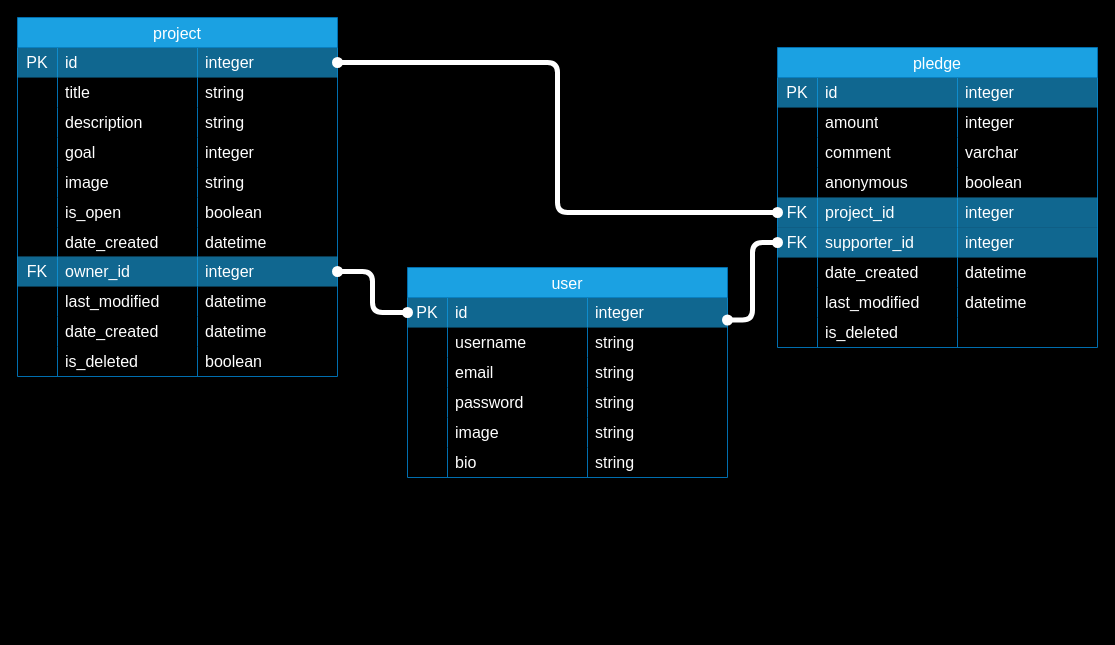
Earlier version of the draw.io diagram images/DatabaseSchema_updates.drawio (rosiemaguire/Django-crowd-funding-project). Source tidied: cells renumbered, new cells numbered last; positions are measured from the earlier drawing's top-left corner, leaving out a move shared by most shapes. Both pictures are drawn from the tidied source at 100%, with x=0, y=0 at pixel (17, 17).
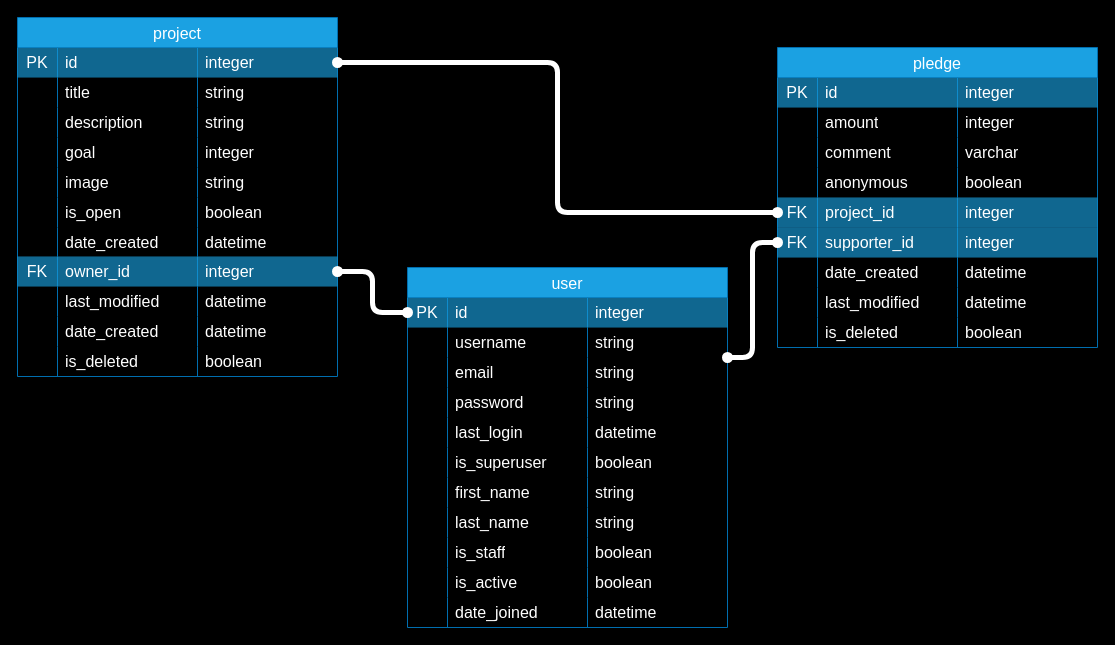
The same page after the edit.

Commit message (it also covers changes not shown here):
I must have missed updating the user database schema diagram

Unchanged cells that the change refers to:
```xml
<mxCell id="80" style="shape=tableRow;horizontal=0;startSize=0;swimlaneHead=0;swimlaneBody=0;top=0;left=0;bottom=0;right=0;fillColor=none;strokeColor=inherit;fontSize=16;" parent="47" vertex="1">
  <mxGeometry y="270" width="320" height="30" as="geometry" />
</mxCell>
<mxCell id="101" style="shape=tableRow;horizontal=0;startSize=0;swimlaneHead=0;swimlaneBody=0;top=0;left=0;bottom=0;right=0;fillColor=none;strokeColor=inherit;fontSize=16;" parent="84" vertex="1">
  <mxGeometry y="150" width="320" height="30" as="geometry" />
</mxCell>
<mxCell id="105" style="shape=tableRow;horizontal=0;startSize=0;swimlaneHead=0;swimlaneBody=0;top=0;left=0;bottom=0;right=0;fillColor=none;strokeColor=inherit;fontSize=16;" parent="84" vertex="1">
  <mxGeometry y="180" width="320" height="30" as="geometry" />
</mxCell>
```

The edit, as a diff of the source:
```diff
@@
-    <mxCell id="83" style="shape=partialRectangle;html=1;whiteSpace=wrap;fillColor=none;top=0;left=0;bottom=0;right=0;align=left;spacingLeft=6;overflow=hidden;strokeColor=#001DBC;fontSize=16;fontColor=#FFFFFF;opacity=40;" parent="80" vertex="1">
+    <mxCell id="83" value="boolean" style="shape=partialRectangle;html=1;whiteSpace=wrap;fillColor=none;top=0;left=0;bottom=0;right=0;align=left;spacingLeft=6;overflow=hidden;strokeColor=#001DBC;fontSize=16;fontColor=#FFFFFF;opacity=40;" parent="80" vertex="1">
       <mxGeometry x="180" width="140" height="30" as="geometry" />
     </mxCell>
     <mxCell id="84" value="user" style="shape=table;startSize=30;childLayout=tableLayout;rowLines=0;fontStyle=0;strokeColor=#006EAF;fontSize=16;fillColor=#1ba1e2;fontColor=#ffffff;" parent="1" vertex="1">
-      <mxGeometry x="390" y="250" width="320" height="210" as="geometry" />
+      <mxGeometry x="390" y="250" width="320" height="360" as="geometry" />
     </mxCell>
@@
-    <mxCell id="103" value="image" style="shape=partialRectangle;html=1;whiteSpace=wrap;fillColor=none;top=0;left=0;bottom=0;right=0;align=left;spacingLeft=6;overflow=hidden;strokeColor=inherit;fontSize=16;fontColor=#FFFFFF;" parent="101" vertex="1">
+    <mxCell id="103" value="last_login" style="shape=partialRectangle;html=1;whiteSpace=wrap;fillColor=none;top=0;left=0;bottom=0;right=0;align=left;spacingLeft=6;overflow=hidden;strokeColor=inherit;fontSize=16;fontColor=#FFFFFF;" parent="101" vertex="1">
       <mxGeometry x="40" width="140" height="30" as="geometry" />
     </mxCell>
-    <mxCell id="104" value="string" style="shape=partialRectangle;html=1;whiteSpace=wrap;fillColor=none;top=0;left=0;bottom=0;right=0;align=left;spacingLeft=6;overflow=hidden;strokeColor=inherit;fontSize=16;fontColor=#FFFFFF;" parent="101" vertex="1">
+    <mxCell id="104" value="datetime" style="shape=partialRectangle;html=1;whiteSpace=wrap;fillColor=none;top=0;left=0;bottom=0;right=0;align=left;spacingLeft=6;overflow=hidden;strokeColor=inherit;fontSize=16;fontColor=#FFFFFF;" parent="101" vertex="1">
       <mxGeometry x="180" width="140" height="30" as="geometry" />
     </mxCell>
@@
-    <mxCell id="107" value="bio" style="shape=partialRectangle;html=1;whiteSpace=wrap;fillColor=none;top=0;left=0;bottom=0;right=0;align=left;spacingLeft=6;overflow=hidden;strokeColor=inherit;fontSize=16;fontColor=#FFFFFF;" parent="105" vertex="1">
+    <mxCell id="107" value="is_superuser" style="shape=partialRectangle;html=1;whiteSpace=wrap;fillColor=none;top=0;left=0;bottom=0;right=0;align=left;spacingLeft=6;overflow=hidden;strokeColor=inherit;fontSize=16;fontColor=#FFFFFF;" parent="105" vertex="1">
       <mxGeometry x="40" width="140" height="30" as="geometry" />
     </mxCell>
-    <mxCell id="108" value="string" style="shape=partialRectangle;html=1;whiteSpace=wrap;fillColor=none;top=0;left=0;bottom=0;right=0;align=left;spacingLeft=6;overflow=hidden;strokeColor=inherit;fontSize=16;fontColor=#FFFFFF;" parent="105" vertex="1">
+    <mxCell id="108" value="boolean" style="shape=partialRectangle;html=1;whiteSpace=wrap;fillColor=none;top=0;left=0;bottom=0;right=0;align=left;spacingLeft=6;overflow=hidden;strokeColor=inherit;fontSize=16;fontColor=#FFFFFF;" parent="105" vertex="1">
       <mxGeometry x="180" width="140" height="30" as="geometry" />
     </mxCell>
+    <mxCell id="112" style="shape=tableRow;horizontal=0;startSize=0;swimlaneHead=0;swimlaneBody=0;top=0;left=0;bottom=0;right=0;fillColor=none;strokeColor=inherit;fontSize=16;" parent="84" vertex="1">
+      <mxGeometry y="210" width="320" height="30" as="geometry" />
+    </mxCell>
+    <mxCell id="113" style="shape=partialRectangle;html=1;whiteSpace=wrap;fillColor=none;top=0;left=0;bottom=0;right=0;overflow=hidden;strokeColor=inherit;fontSize=16;fontColor=#FFFFFF;" parent="112" vertex="1">
+      <mxGeometry width="40" height="30" as="geometry" />
+    </mxCell>
+    <mxCell id="114" value="first_name" style="shape=partialRectangle;html=1;whiteSpace=wrap;fillColor=none;top=0;left=0;bottom=0;right=0;align=left;spacingLeft=6;overflow=hidden;strokeColor=inherit;fontSize=16;fontColor=#FFFFFF;" parent="112" vertex="1">
+      <mxGeometry x="40" width="140" height="30" as="geometry" />
+    </mxCell>
+    <mxCell id="115" value="string" style="shape=partialRectangle;html=1;whiteSpace=wrap;fillColor=none;top=0;left=0;bottom=0;right=0;align=left;spacingLeft=6;overflow=hidden;strokeColor=inherit;fontSize=16;fontColor=#FFFFFF;" parent="112" vertex="1">
+      <mxGeometry x="180" width="140" height="30" as="geometry" />
+    </mxCell>
+    <mxCell id="116" style="shape=tableRow;horizontal=0;startSize=0;swimlaneHead=0;swimlaneBody=0;top=0;left=0;bottom=0;right=0;fillColor=none;strokeColor=inherit;fontSize=16;" parent="84" vertex="1">
+      <mxGeometry y="240" width="320" height="30" as="geometry" />
+    </mxCell>
+    <mxCell id="117" style="shape=partialRectangle;html=1;whiteSpace=wrap;fillColor=none;top=0;left=0;bottom=0;right=0;overflow=hidden;strokeColor=inherit;fontSize=16;fontColor=#FFFFFF;" parent="116" vertex="1">
+      <mxGeometry width="40" height="30" as="geometry" />
+    </mxCell>
+    <mxCell id="118" value="last_name&lt;span style=&quot;white-space: pre;&quot;&gt;&#9;&lt;/span&gt;" style="shape=partialRectangle;html=1;whiteSpace=wrap;fillColor=none;top=0;left=0;bottom=0;right=0;align=left;spacingLeft=6;overflow=hidden;strokeColor=inherit;fontSize=16;fontColor=#FFFFFF;" parent="116" vertex="1">
+      <mxGeometry x="40" width="140" height="30" as="geometry" />
+    </mxCell>
+    <mxCell id="119" value="string" style="shape=partialRectangle;html=1;whiteSpace=wrap;fillColor=none;top=0;left=0;bottom=0;right=0;align=left;spacingLeft=6;overflow=hidden;strokeColor=inherit;fontSize=16;fontColor=#FFFFFF;" parent="116" vertex="1">
+      <mxGeometry x="180" width="140" height="30" as="geometry" />
+    </mxCell>
+    <mxCell id="120" style="shape=tableRow;horizontal=0;startSize=0;swimlaneHead=0;swimlaneBody=0;top=0;left=0;bottom=0;right=0;fillColor=none;strokeColor=inherit;fontSize=16;" parent="84" vertex="1">
+      <mxGeometry y="270" width="320" height="30" as="geometry" />
+    </mxCell>
+    <mxCell id="121" style="shape=partialRectangle;html=1;whiteSpace=wrap;fillColor=none;top=0;left=0;bottom=0;right=0;overflow=hidden;strokeColor=inherit;fontSize=16;fontColor=#FFFFFF;" parent="120" vertex="1">
+      <mxGeometry width="40" height="30" as="geometry" />
+    </mxCell>
+    <mxCell id="122" value="is_staff" style="shape=partialRectangle;html=1;whiteSpace=wrap;fillColor=none;top=0;left=0;bottom=0;right=0;align=left;spacingLeft=6;overflow=hidden;strokeColor=inherit;fontSize=16;fontColor=#FFFFFF;" parent="120" vertex="1">
+      <mxGeometry x="40" width="140" height="30" as="geometry" />
+    </mxCell>
+    <mxCell id="123" value="boolean" style="shape=partialRectangle;html=1;whiteSpace=wrap;fillColor=none;top=0;left=0;bottom=0;right=0;align=left;spacingLeft=6;overflow=hidden;strokeColor=inherit;fontSize=16;fontColor=#FFFFFF;" parent="120" vertex="1">
+      <mxGeometry x="180" width="140" height="30" as="geometry" />
+    </mxCell>
+    <mxCell id="124" style="shape=tableRow;horizontal=0;startSize=0;swimlaneHead=0;swimlaneBody=0;top=0;left=0;bottom=0;right=0;fillColor=none;strokeColor=inherit;fontSize=16;" parent="84" vertex="1">
+      <mxGeometry y="300" width="320" height="30" as="geometry" />
+    </mxCell>
+    <mxCell id="125" style="shape=partialRectangle;html=1;whiteSpace=wrap;fillColor=none;top=0;left=0;bottom=0;right=0;overflow=hidden;strokeColor=inherit;fontSize=16;fontColor=#FFFFFF;" parent="124" vertex="1">
+      <mxGeometry width="40" height="30" as="geometry" />
+    </mxCell>
+    <mxCell id="126" value="is_active" style="shape=partialRectangle;html=1;whiteSpace=wrap;fillColor=none;top=0;left=0;bottom=0;right=0;align=left;spacingLeft=6;overflow=hidden;strokeColor=inherit;fontSize=16;fontColor=#FFFFFF;" parent="124" vertex="1">
+      <mxGeometry x="40" width="140" height="30" as="geometry" />
+    </mxCell>
+    <mxCell id="127" value="boolean" style="shape=partialRectangle;html=1;whiteSpace=wrap;fillColor=none;top=0;left=0;bottom=0;right=0;align=left;spacingLeft=6;overflow=hidden;strokeColor=inherit;fontSize=16;fontColor=#FFFFFF;" parent="124" vertex="1">
+      <mxGeometry x="180" width="140" height="30" as="geometry" />
+    </mxCell>
+    <mxCell id="128" style="shape=tableRow;horizontal=0;startSize=0;swimlaneHead=0;swimlaneBody=0;top=0;left=0;bottom=0;right=0;fillColor=none;strokeColor=inherit;fontSize=16;" parent="84" vertex="1">
+      <mxGeometry y="330" width="320" height="30" as="geometry" />
+    </mxCell>
+    <mxCell id="129" style="shape=partialRectangle;html=1;whiteSpace=wrap;fillColor=none;top=0;left=0;bottom=0;right=0;overflow=hidden;strokeColor=inherit;fontSize=16;fontColor=#FFFFFF;" parent="128" vertex="1">
+      <mxGeometry width="40" height="30" as="geometry" />
+    </mxCell>
+    <mxCell id="130" value="date_joined" style="shape=partialRectangle;html=1;whiteSpace=wrap;fillColor=none;top=0;left=0;bottom=0;right=0;align=left;spacingLeft=6;overflow=hidden;strokeColor=inherit;fontSize=16;fontColor=#FFFFFF;" parent="128" vertex="1">
+      <mxGeometry x="40" width="140" height="30" as="geometry" />
+    </mxCell>
+    <mxCell id="131" value="datetime" style="shape=partialRectangle;html=1;whiteSpace=wrap;fillColor=none;top=0;left=0;bottom=0;right=0;align=left;spacingLeft=6;overflow=hidden;strokeColor=inherit;fontSize=16;fontColor=#FFFFFF;" parent="128" vertex="1">
+      <mxGeometry x="180" width="140" height="30" as="geometry" />
+    </mxCell>
```
